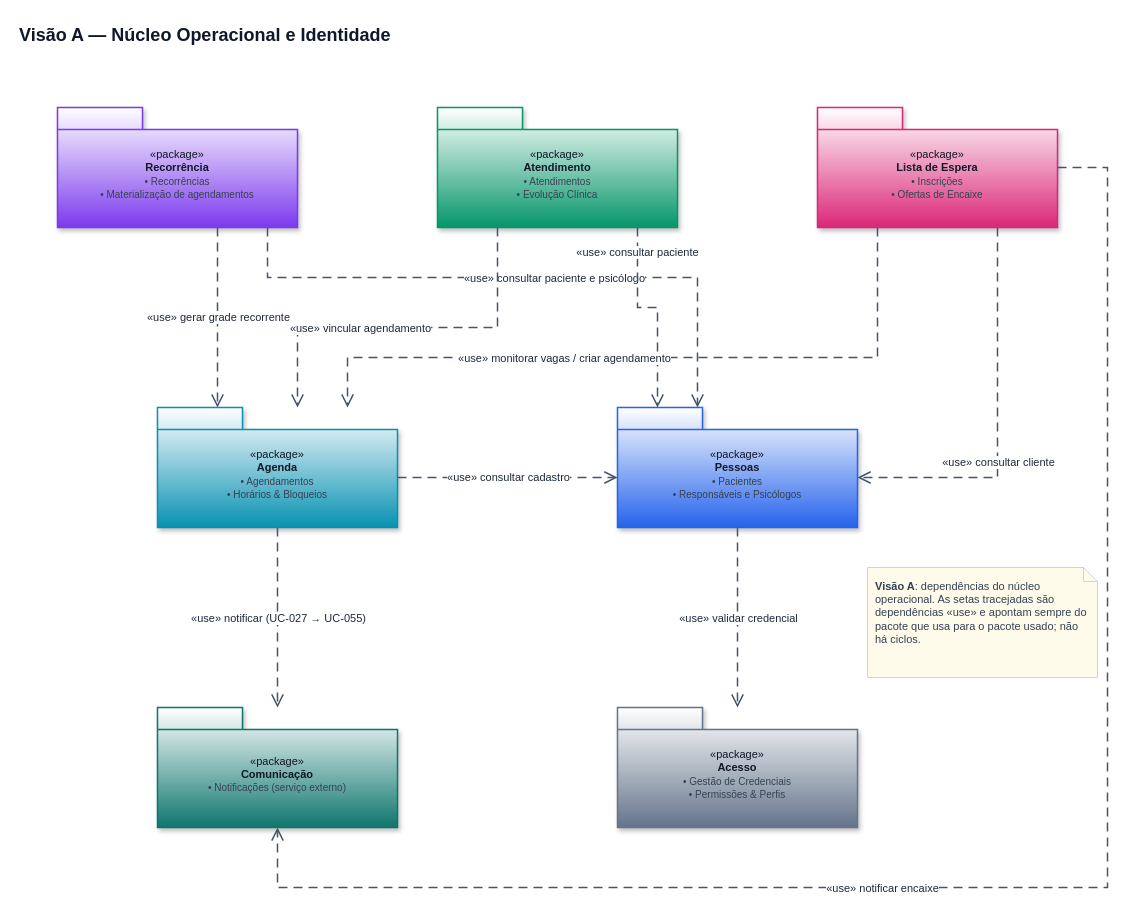
The draw.io diagram page "Diagrama de pacotes - Visão A" (1 of 5) of diagramas/arquitetura/diagramas-arquitetura.drawio in devcaline/nexo-modelagem, before the edit. Source tidied: cells renumbered, new cells numbered last; positions are measured from the earlier drawing's top-left corner, leaving out a move shared by most shapes. Both pictures are drawn from the tidied source at 100%, with x=0, y=0 at pixel (17, 17).
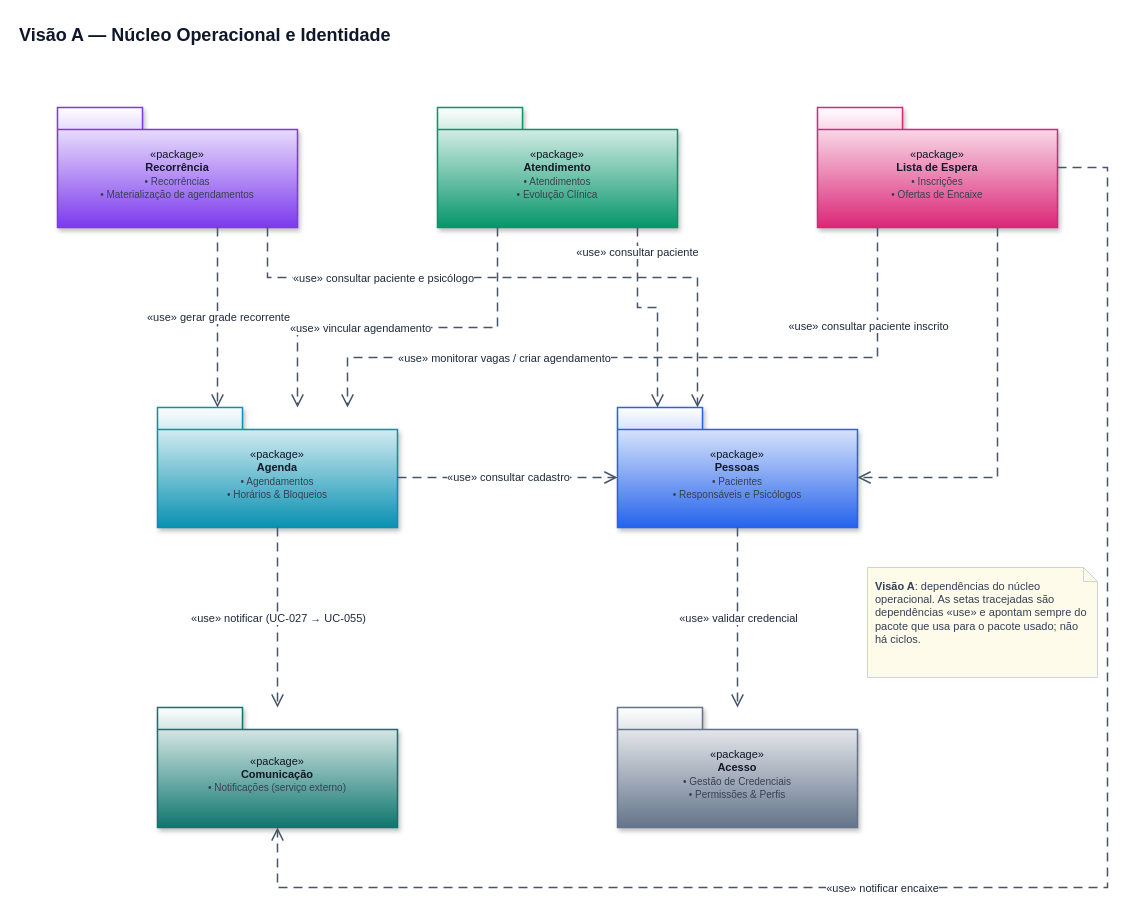
Above is the later version.

The change refers to these unchanged cells:
```xml
<mxCell id="12" style="edgeStyle=none;html=1;endArrow=open;endSize=10;dashed=1;dashPattern=6 4;rounded=0;strokeColor=#475569;strokeWidth=1.5;fontColor=#1E293B;fontSize=11;labelBackgroundColor=#ffffff;exitX=0.875;exitY=1.0;exitDx=0;exitDy=0;entryX=0.3333;entryY=0.0;entryDx=0;entryDy=0;" parent="1" edge="1" source="3" target="7">
  <mxGeometry relative="1" as="geometry">
    <Array as="points">
      <mxPoint x="250" y="260" />
      <mxPoint x="680" y="260" />
    </Array>
  </mxGeometry>
</mxCell>
<mxCell id="18" style="edgeStyle=none;html=1;endArrow=open;endSize=10;dashed=1;dashPattern=6 4;rounded=0;strokeColor=#475569;strokeWidth=1.5;fontColor=#1E293B;fontSize=11;labelBackgroundColor=#ffffff;exitX=0.25;exitY=1.0;exitDx=0;exitDy=0;entryX=0.7917;entryY=0.0;entryDx=0;entryDy=0;" parent="1" edge="1" source="5" target="6">
  <mxGeometry relative="1" as="geometry">
    <Array as="points">
      <mxPoint x="860" y="340" />
      <mxPoint x="330" y="340" />
    </Array>
  </mxGeometry>
</mxCell>
<mxCell id="20" style="edgeStyle=none;html=1;endArrow=open;endSize=10;dashed=1;dashPattern=6 4;rounded=0;strokeColor=#475569;strokeWidth=1.5;fontColor=#1E293B;fontSize=11;labelBackgroundColor=#ffffff;exitX=0.75;exitY=1.0;exitDx=0;exitDy=0;entryX=1.0;entryY=0.5833;entryDx=0;entryDy=0;" parent="1" edge="1" source="5" target="7">
  <mxGeometry relative="1" as="geometry">
    <Array as="points">
      <mxPoint x="980" y="460" />
    </Array>
  </mxGeometry>
</mxCell>
```

Diff of the diagram source:
```diff
@@
     <mxCell id="13" value="«use» consultar paciente e psicólogo" style="edgeLabel;html=1;align=center;verticalAlign=middle;fontSize=11;fontColor=#1E293B;labelBackgroundColor=#ffffff;" parent="12" vertex="1">
-      <mxGeometry x="0.1" relative="1" as="geometry" />
+      <mxGeometry x="-0.46" relative="1" as="geometry" />
     </mxCell>
@@
     <mxCell id="19" value="«use» monitorar vagas / criar agendamento" style="edgeLabel;html=1;align=center;verticalAlign=middle;fontSize=11;fontColor=#1E293B;labelBackgroundColor=#ffffff;" parent="18" vertex="1">
-      <mxGeometry x="0.25" relative="1" as="geometry" />
+      <mxGeometry x="0.42" relative="1" as="geometry" />
     </mxCell>
@@
-    <mxCell id="21" value="«use» consultar cliente" style="edgeLabel;html=1;align=center;verticalAlign=middle;fontSize=11;fontColor=#1E293B;labelBackgroundColor=#ffffff;" parent="20" vertex="1">
-      <mxGeometry x="0.2" relative="1" as="geometry" />
+    <mxCell id="21" value="«use» consultar paciente inscrito" style="edgeLabel;html=1;align=center;verticalAlign=middle;fontSize=11;fontColor=#1E293B;labelBackgroundColor=#ffffff;" parent="20" vertex="1">
+      <mxGeometry x="-0.5" relative="1" as="geometry">
+        <mxPoint x="-130" as="offset" />
+      </mxGeometry>
     </mxCell>
```
